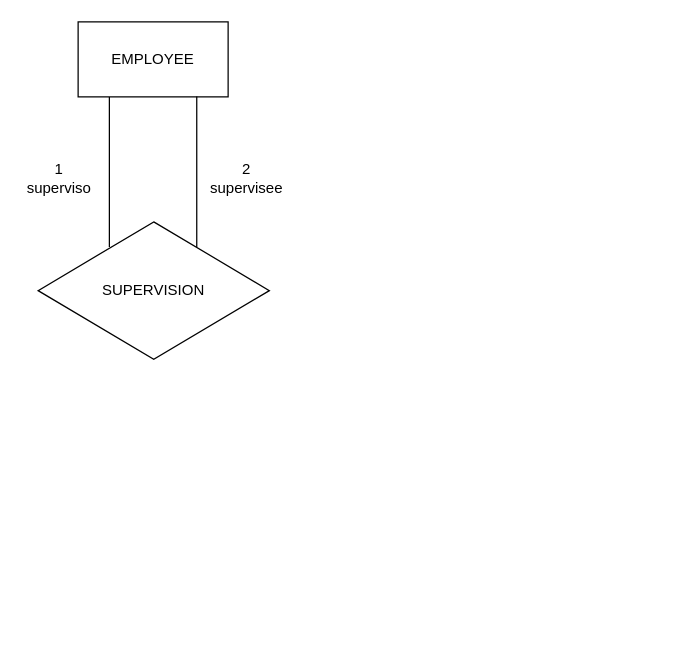
BaxDailyGit/DB keeps this draw.io diagram as draw/제목 없는 다이어그램.drawio. Above is the earlier version. Source tidied: cells renumbered, new cells numbered last; positions are measured from the earlier drawing's top-left corner, leaving out a move shared by most shapes. Both pictures are drawn from the tidied source at 125%, with x=0, y=0 at pixel (21, 21).
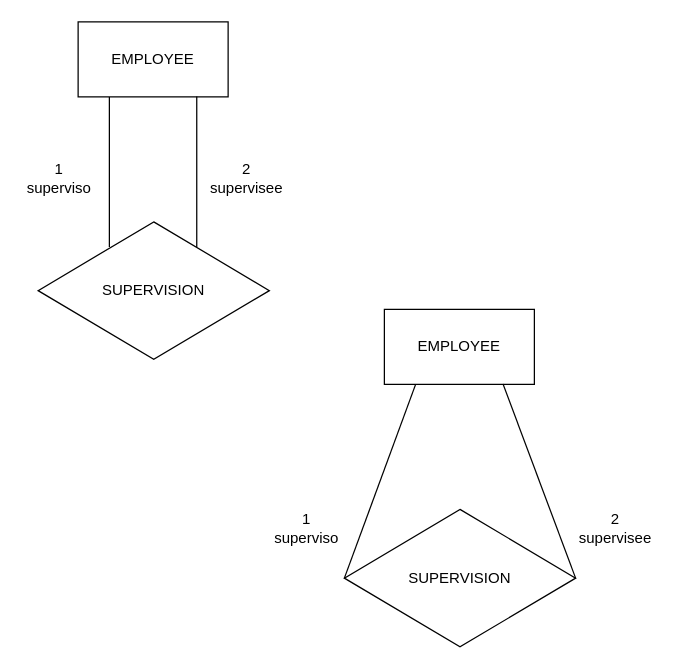
The same page after the edit.

Commit message (it also covers changes not shown here):
제목 없는 다이어그램.drawio 업데이트

The edit, as a diff of the source:
```diff
@@
 <mxGraphModel>
   <root>
     <mxCell id="0" />
     <mxCell id="1" parent="0" />
     <mxCell id="2" value="EMPLOYEE" style="rounded=0;whiteSpace=wrap;html=1;" parent="1" vertex="1">
       <mxGeometry x="45" width="120" height="60" as="geometry" />
     </mxCell>
     <mxCell id="3" value="SUPERVISION" style="rhombus;whiteSpace=wrap;html=1;" parent="1" vertex="1">
       <mxGeometry x="13" y="160" width="185" height="110" as="geometry" />
     </mxCell>
     <mxCell id="4" style="endArrow=none;html=1;rounded=0;exitX=0.686;exitY=0.182;exitDx=0;exitDy=0;entryX=0.791;entryY=0.994;entryDx=0;entryDy=0;entryPerimeter=0;exitPerimeter=0;" parent="1" edge="1" source="3" target="2">
       <mxGeometry relative="1" as="geometry" />
     </mxCell>
     <mxCell id="5" style="endArrow=none;html=1;rounded=0;exitX=1;exitY=0;exitDx=0;exitDy=0;" parent="1" edge="1">
       <mxGeometry relative="1" as="geometry">
         <mxPoint x="70" y="180" as="sourcePoint" />
         <mxPoint x="70" y="60" as="targetPoint" />
       </mxGeometry>
     </mxCell>
     <mxCell id="6" value="2&lt;br&gt;supervisee" style="text;html=1;strokeColor=none;fillColor=none;align=center;verticalAlign=middle;whiteSpace=wrap;rounded=0;" parent="1" vertex="1">
       <mxGeometry x="150" y="110" width="60" height="30" as="geometry" />
     </mxCell>
     <mxCell id="7" value="1&lt;br&gt;superviso" style="text;html=1;strokeColor=none;fillColor=none;align=center;verticalAlign=middle;whiteSpace=wrap;rounded=0;" parent="1" vertex="1">
       <mxGeometry y="110" width="60" height="30" as="geometry" />
     </mxCell>
+    <mxCell id="8" value="EMPLOYEE" style="rounded=0;whiteSpace=wrap;html=1;" parent="1" vertex="1">
+      <mxGeometry x="290" y="230" width="120" height="60" as="geometry" />
+    </mxCell>
+    <mxCell id="9" value="SUPERVISION" style="rhombus;whiteSpace=wrap;html=1;" parent="1" vertex="1">
+      <mxGeometry x="258" y="390" width="185" height="110" as="geometry" />
+    </mxCell>
+    <mxCell id="10" style="endArrow=none;html=1;rounded=0;exitX=1;exitY=0.5;exitDx=0;exitDy=0;entryX=0.791;entryY=0.994;entryDx=0;entryDy=0;entryPerimeter=0;" parent="1" edge="1" source="9" target="8">
+      <mxGeometry relative="1" as="geometry" />
+    </mxCell>
+    <mxCell id="11" style="endArrow=none;html=1;rounded=0;exitX=0;exitY=0.5;exitDx=0;exitDy=0;" parent="1" edge="1" source="9">
+      <mxGeometry relative="1" as="geometry">
+        <mxPoint x="315" y="290" as="targetPoint" />
+      </mxGeometry>
+    </mxCell>
+    <mxCell id="12" value="2&lt;br&gt;supervisee" style="text;html=1;strokeColor=none;fillColor=none;align=center;verticalAlign=middle;whiteSpace=wrap;rounded=0;" parent="1" vertex="1">
+      <mxGeometry x="445" y="390" width="60" height="30" as="geometry" />
+    </mxCell>
+    <mxCell id="13" value="1&lt;br&gt;superviso" style="text;html=1;strokeColor=none;fillColor=none;align=center;verticalAlign=middle;whiteSpace=wrap;rounded=0;" parent="1" vertex="1">
+      <mxGeometry x="198" y="390" width="60" height="30" as="geometry" />
+    </mxCell>
   </root>
 </mxGraphModel>
```
